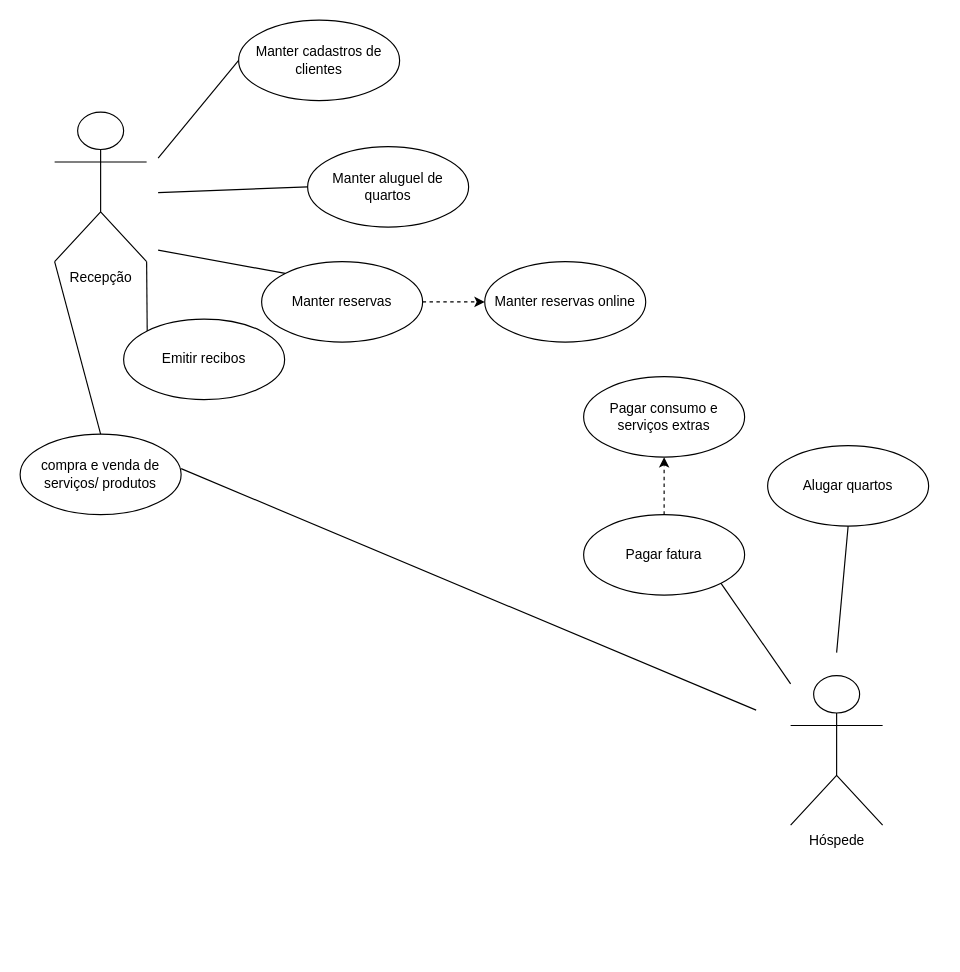
Earlier version of the draw.io diagram Exercício 4 - casos de uso.drawio (LordKastorino/exerciciosCasoDeUso). Source tidied: cells renumbered, new cells numbered last; positions are measured from the earlier drawing's top-left corner, leaving out a move shared by most shapes. Both pictures are drawn from the tidied source at 115%, with x=0, y=0 at pixel (20, 20).
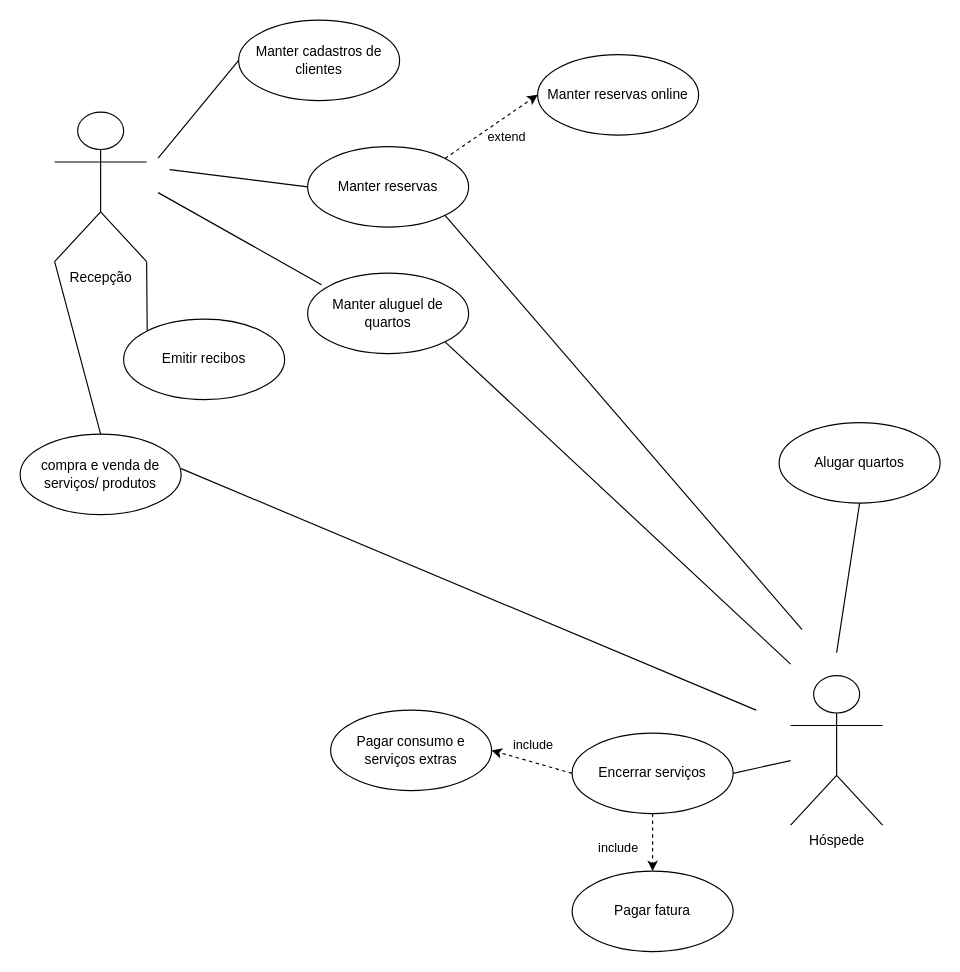
The same page after the edit.

Unchanged cells that the change refers to:
```xml
<mxCell id="15" value="Hóspede" style="shape=umlActor;html=1;verticalLabelPosition=bottom;verticalAlign=top;align=center;" parent="1" vertex="1">
  <mxGeometry x="670" y="570" width="80" height="130" as="geometry" />
</mxCell>
```

The edit, as a diff of the source:
```diff
@@
     <mxCell id="4" value="Manter aluguel de quartos" style="ellipse;whiteSpace=wrap;html=1;" parent="1" vertex="1">
-      <mxGeometry x="250" y="110" width="140" height="70" as="geometry" />
+      <mxGeometry x="250" y="220" width="140" height="70" as="geometry" />
     </mxCell>
     <mxCell id="5" value="Manter reservas" style="ellipse;whiteSpace=wrap;html=1;" parent="1" vertex="1">
-      <mxGeometry x="210" y="210" width="140" height="70" as="geometry" />
+      <mxGeometry x="250" y="110" width="140" height="70" as="geometry" />
     </mxCell>
     <mxCell id="6" value="Manter reservas online" style="ellipse;whiteSpace=wrap;html=1;" parent="1" vertex="1">
-      <mxGeometry x="404" y="210" width="140" height="70" as="geometry" />
+      <mxGeometry x="450" y="30" width="140" height="70" as="geometry" />
     </mxCell>
@@
-    <mxCell id="8" style="endArrow=none;html=1;rounded=0;entryX=0;entryY=0.5;entryDx=0;entryDy=0;" parent="1" edge="1" target="4">
+    <mxCell id="8" style="endArrow=none;html=1;rounded=0;entryX=0.086;entryY=0.143;entryDx=0;entryDy=0;entryPerimeter=0;" parent="1" edge="1" target="4">
       <mxGeometry relative="1" as="geometry">
         <mxPoint x="120" y="150" as="sourcePoint" />
       </mxGeometry>
     </mxCell>
-    <mxCell id="9" style="endArrow=none;html=1;rounded=0;entryX=0;entryY=0;entryDx=0;entryDy=0;" parent="1" edge="1" target="5">
+    <mxCell id="9" style="endArrow=none;html=1;rounded=0;entryX=0;entryY=0.5;entryDx=0;entryDy=0;" parent="1" edge="1" target="5">
       <mxGeometry relative="1" as="geometry">
-        <mxPoint x="120" y="200" as="sourcePoint" />
+        <mxPoint x="130" y="130" as="sourcePoint" />
       </mxGeometry>
     </mxCell>
-    <mxCell id="10" style="endArrow=classic;html=1;rounded=0;exitX=1;exitY=0.5;exitDx=0;exitDy=0;dashed=1;entryX=0;entryY=0.5;entryDx=0;entryDy=0;" parent="1" edge="1" source="5" target="6">
-      <mxGeometry relative="1" as="geometry" />
+    <mxCell id="10" value="extend" style="endArrow=classic;html=1;rounded=0;exitX=1;exitY=0;exitDx=0;exitDy=0;dashed=1;entryX=0;entryY=0.5;entryDx=0;entryDy=0;" parent="1" edge="1" source="5" target="6">
+      <mxGeometry x="0.11" y="-15" relative="1" as="geometry" />
     </mxCell>
@@
     <mxCell id="16" value="Alugar quartos" style="ellipse;whiteSpace=wrap;html=1;" parent="1" vertex="1">
-      <mxGeometry x="650" y="370" width="140" height="70" as="geometry" />
+      <mxGeometry x="660" y="350" width="140" height="70" as="geometry" />
     </mxCell>
-    <mxCell id="17" value="Pagar fatura" style="ellipse;whiteSpace=wrap;html=1;" parent="1" vertex="1">
-      <mxGeometry x="490" y="430" width="140" height="70" as="geometry" />
+    <mxCell id="17" value="Encerrar serviços" style="ellipse;whiteSpace=wrap;html=1;" parent="1" vertex="1">
+      <mxGeometry x="480" y="620" width="140" height="70" as="geometry" />
     </mxCell>
@@
-    <mxCell id="19" style="endArrow=none;html=1;rounded=0;entryX=1;entryY=1;entryDx=0;entryDy=0;" parent="1" edge="1" source="15" target="17">
+    <mxCell id="19" style="endArrow=none;html=1;rounded=0;entryX=1;entryY=0.5;entryDx=0;entryDy=0;" parent="1" edge="1" source="15" target="17">
       <mxGeometry relative="1" as="geometry" />
     </mxCell>
@@
+    <mxCell id="22" value="Pagar consumo e serviços extras" style="ellipse;whiteSpace=wrap;html=1;" parent="1" vertex="1">
+      <mxGeometry x="270" y="600" width="140" height="70" as="geometry" />
+    </mxCell>
+    <mxCell id="23" style="endArrow=none;html=1;rounded=0;exitX=1;exitY=1;exitDx=0;exitDy=0;" parent="1" edge="1" source="4">
+      <mxGeometry relative="1" as="geometry">
+        <mxPoint x="670" y="560" as="targetPoint" />
+      </mxGeometry>
+    </mxCell>
+    <mxCell id="24" value="Pagar fatura" style="ellipse;whiteSpace=wrap;html=1;" parent="1" vertex="1">
+      <mxGeometry x="480" y="740" width="140" height="70" as="geometry" />
+    </mxCell>
+    <mxCell id="25" value="include" style="endArrow=classic;html=1;rounded=0;exitX=0.5;exitY=1;exitDx=0;exitDy=0;dashed=1;entryX=0.5;entryY=0;entryDx=0;entryDy=0;" parent="1" edge="1" source="17" target="24">
+      <mxGeometry x="0.2" y="-30" relative="1" as="geometry" />
+    </mxCell>
-    <mxCell id="21" style="endArrow=classic;html=1;rounded=0;exitX=0.5;exitY=0;exitDx=0;exitDy=0;dashed=1;entryX=0.5;entryY=1;entryDx=0;entryDy=0;" parent="1" edge="1" source="17" target="22">
-      <mxGeometry relative="1" as="geometry" />
+    <mxCell id="21" value="include" style="endArrow=classic;html=1;rounded=0;exitX=0;exitY=0.5;exitDx=0;exitDy=0;dashed=1;entryX=1;entryY=0.5;entryDx=0;entryDy=0;" parent="1" edge="1" source="17" target="22">
+      <mxGeometry x="0.11" y="-15" relative="1" as="geometry" />
     </mxCell>
-    <mxCell id="22" value="Pagar consumo e serviços extras" style="ellipse;whiteSpace=wrap;html=1;" parent="1" vertex="1">
-      <mxGeometry x="490" y="310" width="140" height="70" as="geometry" />
-    </mxCell>
+    <mxCell id="26" style="endArrow=none;html=1;rounded=0;exitX=1;exitY=1;exitDx=0;exitDy=0;" parent="1" edge="1" source="5">
+      <mxGeometry relative="1" as="geometry">
+        <mxPoint x="680" y="530" as="targetPoint" />
+      </mxGeometry>
+    </mxCell>
```
